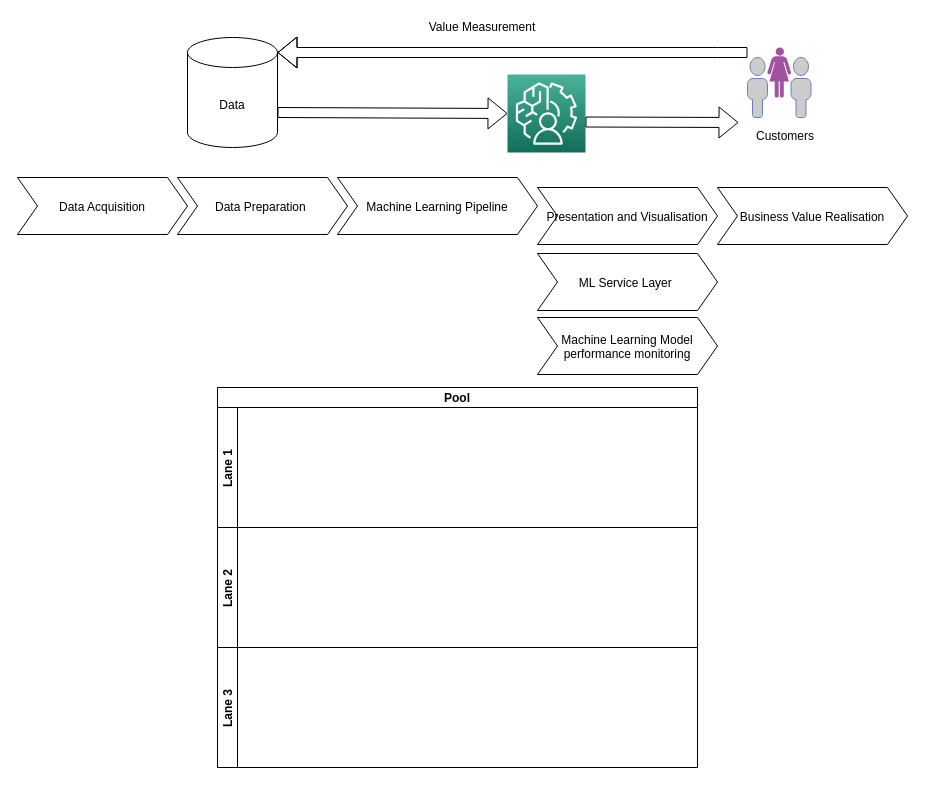
The draw.io diagram content/static/reference_architecture_capabilities.drawio in reference-architecture-ai/reference-architecture.ai, before the edit. Source tidied: cells renumbered, new cells numbered last; positions are measured from the earlier drawing's top-left corner, leaving out a move shared by most shapes. Both pictures are drawn from the tidied source at 100%, with x=0, y=0 at pixel (17, 17).
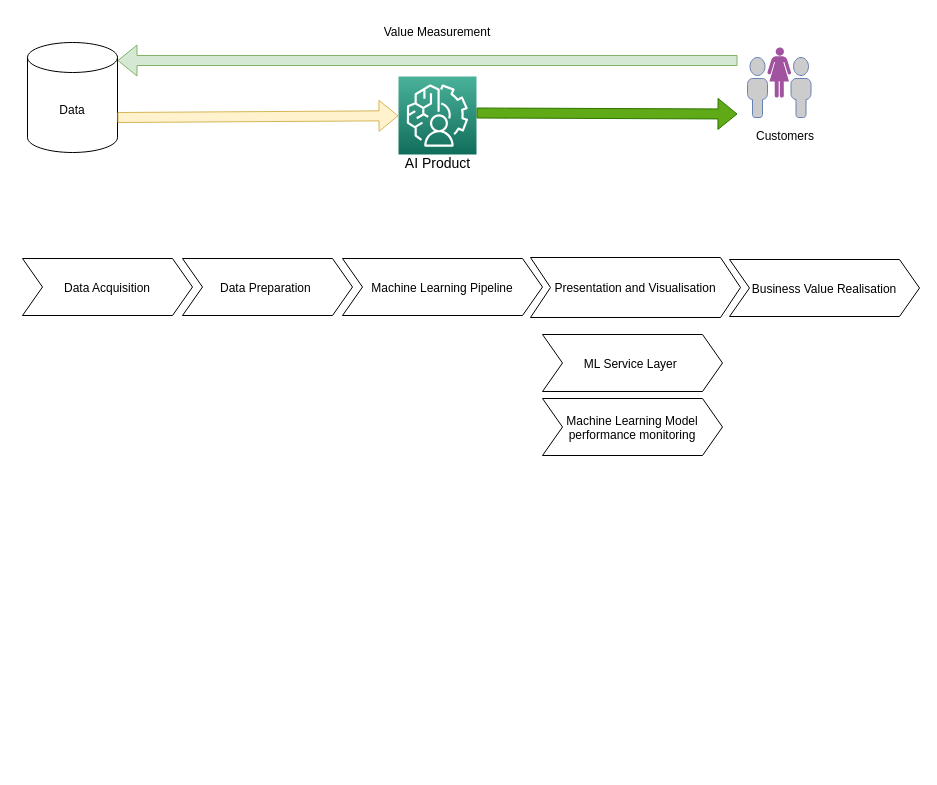
The same diagram, later.

Commit message (it also covers changes not shown here):
Front Page

Diff of the diagram source:
```diff
@@
-    <mxCell id="2" value="Pool" style="swimlane;horizontal=1;startSize=20;" parent="1" vertex="1">
-      <mxGeometry x="200" y="370" width="480" height="380" as="geometry" />
-    </mxCell>
-    <mxCell id="3" value="Lane 1" style="swimlane;startSize=20;horizontal=0;" parent="2" vertex="1">
-      <mxGeometry y="20" width="480" height="120" as="geometry" />
-    </mxCell>
-    <mxCell id="4" value="Lane 2" style="swimlane;startSize=20;horizontal=0;" parent="2" vertex="1">
-      <mxGeometry y="140" width="480" height="120" as="geometry" />
-    </mxCell>
-    <mxCell id="5" value="Lane 3" style="swimlane;startSize=20;horizontal=0;" parent="2" vertex="1">
-      <mxGeometry y="260" width="480" height="120" as="geometry" />
-    </mxCell>
     <mxCell id="6" value="Data" style="shape=cylinder3;whiteSpace=wrap;html=1;boundedLbl=1;backgroundOutline=1;size=15;" parent="1" vertex="1">
-      <mxGeometry x="170" y="20" width="90" height="110" as="geometry" />
+      <mxGeometry x="10" y="25" width="90" height="110" as="geometry" />
     </mxCell>
-    <mxCell id="7" style="points=[[0,0,0],[0.25,0,0],[0.5,0,0],[0.75,0,0],[1,0,0],[0,1,0],[0.25,1,0],[0.5,1,0],[0.75,1,0],[1,1,0],[0,0.25,0],[0,0.5,0],[0,0.75,0],[1,0.25,0],[1,0.5,0],[1,0.75,0]];outlineConnect=0;fontColor=#232F3E;gradientColor=#4AB29A;gradientDirection=north;fillColor=#116D5B;strokeColor=#ffffff;dashed=0;verticalLabelPosition=bottom;verticalAlign=top;align=center;html=1;fontSize=12;fontStyle=0;shape=mxgraph.aws4.resourceIcon;resIcon=mxgraph.aws4.augmented_ai;" parent="1" vertex="1">
-      <mxGeometry x="490" y="57" width="78" height="78" as="geometry" />
-    </mxCell>
@@
+    <mxCell id="16" value="Value Measurement" style="text;html=1;strokeColor=none;fillColor=none;align=center;verticalAlign=middle;whiteSpace=wrap;rounded=0;" parent="1" vertex="1">
+      <mxGeometry x="345" y="5" width="150" height="20" as="geometry" />
+    </mxCell>
+    <mxCell id="24" value="&lt;font style=&quot;font-size: 14px; font-weight: normal;&quot;&gt;AI Product&lt;/font&gt;" style="text;strokeColor=none;fillColor=none;html=1;fontSize=24;fontStyle=1;verticalAlign=middle;align=center;" parent="1" vertex="1">
+      <mxGeometry x="370" y="123" width="100" height="40" as="geometry" />
+    </mxCell>
+    <mxCell id="25" style="shape=flexArrow;endArrow=classic;html=1;rounded=0;fontSize=14;fillColor=#d5e8d4;strokeColor=#82b366;" parent="1" edge="1">
+      <mxGeometry relative="1" as="geometry">
+        <mxPoint x="720" y="43" as="sourcePoint" />
+        <mxPoint x="100" y="43" as="targetPoint" />
+      </mxGeometry>
+    </mxCell>
+    <mxCell id="26" style="group;" parent="1" vertex="1">
+      <mxGeometry x="381" y="41.5" width="339" height="78" as="geometry" />
+    </mxCell>
+    <mxCell id="7" style="points=[[0,0,0],[0.25,0,0],[0.5,0,0],[0.75,0,0],[1,0,0],[0,1,0],[0.25,1,0],[0.5,1,0],[0.75,1,0],[1,1,0],[0,0.25,0],[0,0.5,0],[0,0.75,0],[1,0.25,0],[1,0.5,0],[1,0.75,0]];outlineConnect=0;fontColor=#232F3E;gradientColor=#4AB29A;gradientDirection=north;fillColor=#116D5B;strokeColor=#ffffff;dashed=0;verticalLabelPosition=bottom;verticalAlign=top;align=center;html=1;fontSize=12;fontStyle=0;shape=mxgraph.aws4.resourceIcon;resIcon=mxgraph.aws4.augmented_ai;" parent="26" vertex="1">
+      <mxGeometry y="17.5" width="78" height="78" as="geometry" />
+    </mxCell>
-    <mxCell id="13" style="shape=flexArrow;endArrow=classic;html=1;entryX=0;entryY=0.5;entryDx=0;entryDy=0;entryPerimeter=0;exitX=1;exitY=0;exitDx=0;exitDy=75;exitPerimeter=0;" parent="1" edge="1" source="6" target="7">
+    <mxCell id="13" style="shape=flexArrow;endArrow=classic;html=1;exitX=1;exitY=0;exitDx=0;exitDy=75;exitPerimeter=0;fillColor=#fff2cc;strokeColor=#d6b656;" parent="26" edge="1" source="6" target="7">
       <mxGeometry relative="1" as="geometry" />
     </mxCell>
-    <mxCell id="14" style="shape=flexArrow;endArrow=classic;html=1;exitX=1;exitY=0.5;exitDx=0;exitDy=0;exitPerimeter=0;" parent="1" edge="1">
+    <mxCell id="14" style="shape=flexArrow;endArrow=classic;html=1;exitX=1;exitY=0.5;exitDx=0;exitDy=0;exitPerimeter=0;fillColor=#60a917;strokeColor=#2D7600;" parent="26" edge="1">
       <mxGeometry relative="1" as="geometry">
-        <mxPoint x="568" y="104.5" as="sourcePoint" />
-        <mxPoint x="721" y="105" as="targetPoint" />
+        <mxPoint x="78" y="54" as="sourcePoint" />
+        <mxPoint x="339" y="55" as="targetPoint" />
       </mxGeometry>
     </mxCell>
-    <mxCell id="15" style="shape=flexArrow;endArrow=classic;html=1;entryX=1;entryY=0;entryDx=0;entryDy=15;entryPerimeter=0;" parent="1" edge="1" target="6">
-      <mxGeometry relative="1" as="geometry">
-        <mxPoint x="730" y="35" as="sourcePoint" />
-        <Array as="points">
-          <mxPoint x="700" y="35" />
-        </Array>
-      </mxGeometry>
-    </mxCell>
-    <mxCell id="16" value="Value Measurement" style="text;html=1;strokeColor=none;fillColor=none;align=center;verticalAlign=middle;whiteSpace=wrap;rounded=0;" parent="1" vertex="1">
-      <mxGeometry x="390" width="150" height="20" as="geometry" />
-    </mxCell>
+    <mxCell id="27" style="group;" parent="1" vertex="1">
+      <mxGeometry x="5" y="240" width="897" height="198" as="geometry" />
+    </mxCell>
-    <mxCell id="17" value="Data Preparation " style="shape=step;perimeter=stepPerimeter;fixedSize=1;" parent="1" vertex="1">
-      <mxGeometry x="160" y="160" width="170" height="57" as="geometry" />
+    <mxCell id="17" value="Data Preparation " style="shape=step;perimeter=stepPerimeter;fixedSize=1;" parent="27" vertex="1">
+      <mxGeometry x="160" y="1" width="170" height="57" as="geometry" />
     </mxCell>
-    <mxCell id="18" value="Data Acquisition" style="shape=step;perimeter=stepPerimeter;fixedSize=1;" parent="1" vertex="1">
-      <mxGeometry y="160" width="170" height="57" as="geometry" />
+    <mxCell id="18" value="Data Acquisition" style="shape=step;perimeter=stepPerimeter;fixedSize=1;" parent="27" vertex="1">
+      <mxGeometry y="1" width="170" height="57" as="geometry" />
     </mxCell>
-    <mxCell id="19" value="Machine Learning Pipeline" style="shape=step;perimeter=stepPerimeter;fixedSize=1;" parent="1" vertex="1">
-      <mxGeometry x="320" y="160" width="200" height="57" as="geometry" />
+    <mxCell id="19" value="Machine Learning Pipeline" style="shape=step;perimeter=stepPerimeter;fixedSize=1;" parent="27" vertex="1">
+      <mxGeometry x="320" y="1" width="200" height="57" as="geometry" />
     </mxCell>
-    <mxCell id="20" value="ML Service Layer " style="shape=step;perimeter=stepPerimeter;fixedSize=1;" parent="1" vertex="1">
-      <mxGeometry x="520" y="236" width="180" height="57" as="geometry" />
+    <mxCell id="20" value="ML Service Layer " style="shape=step;perimeter=stepPerimeter;fixedSize=1;" parent="27" vertex="1">
+      <mxGeometry x="520" y="77" width="180" height="57" as="geometry" />
     </mxCell>
-    <mxCell id="21" value="Business Value Realisation" style="shape=step;perimeter=stepPerimeter;fixedSize=1;" parent="1" vertex="1">
-      <mxGeometry x="700" y="170" width="190" height="57" as="geometry" />
+    <mxCell id="21" value="Business Value Realisation" style="shape=step;perimeter=stepPerimeter;fixedSize=1;" parent="27" vertex="1">
+      <mxGeometry x="707" y="2" width="190" height="57" as="geometry" />
     </mxCell>
-    <mxCell id="22" value="Presentation and Visualisation" style="shape=step;perimeter=stepPerimeter;fixedSize=1;" parent="1" vertex="1">
-      <mxGeometry x="520" y="170" width="180" height="57" as="geometry" />
+    <mxCell id="22" value="Presentation and Visualisation" style="shape=step;perimeter=stepPerimeter;fixedSize=1;" parent="27" vertex="1">
+      <mxGeometry x="508" width="210" height="60" as="geometry" />
     </mxCell>
-    <mxCell id="23" value="Machine Learning Model &#10;performance monitoring" style="shape=step;perimeter=stepPerimeter;fixedSize=1;" parent="1" vertex="1">
-      <mxGeometry x="520" y="300" width="180" height="57" as="geometry" />
+    <mxCell id="23" value="Machine Learning Model &#10;performance monitoring" style="shape=step;perimeter=stepPerimeter;fixedSize=1;" parent="27" vertex="1">
+      <mxGeometry x="520" y="141" width="180" height="57" as="geometry" />
     </mxCell>
```
